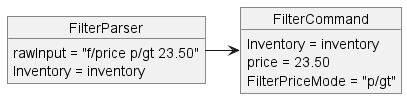
This is docs/UML/Filter/FilterStep3.png from nus-cs2113-AY2223S2/tp, a PlantUML export, as it was before one commit.
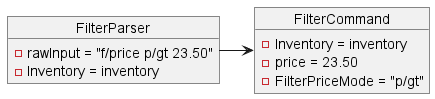
The same diagram one commit later.

What changed in the source:
```diff
@@ -1,12 +1,12 @@
 @startuml
 object FilterParser{
-    rawInput = "f/price p/gt 23.50"
-    Inventory = inventory
+    - rawInput = "f/price p/gt 23.50"
+    - Inventory = inventory
 }
 object FilterCommand{
-    Inventory = inventory
-    price = 23.50
-    FilterPriceMode = "p/gt"
+    - Inventory = inventory
+    - price = 23.50
+    - FilterPriceMode = "p/gt"
 }
 FilterParser -> FilterCommand
 @enduml
```
